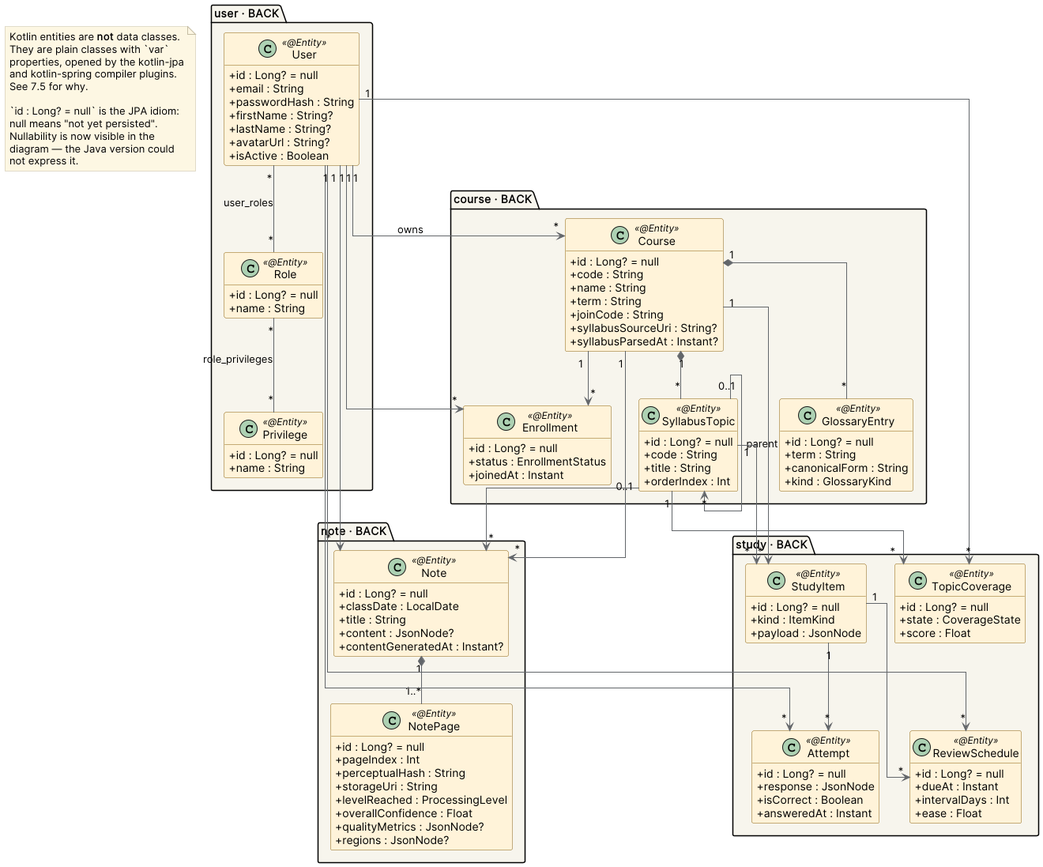
Above: docs/images/09_back_domain.png in Bloodiewormer/Proyecto-Plataformas-Moviles (PlantUML), before the change. Source of this version:
```plantuml
@startuml 09_back_domain
skinparam backgroundColor #FFFFFF
skinparam shadowing false
skinparam noteBackgroundColor #FDF6E3
skinparam noteBorderColor #C4BCA3
skinparam linetype ortho
skinparam classAttributeIconSize 0
skinparam defaultFontName Inter
skinparam ArrowColor #63666A
skinparam class {
  BackgroundColor #FFF3D8
  BorderColor #8A6210
}
hide empty methods

package "user · BACK" #F7F4EC {
  class User <<@Entity>> {
    + id : Long? = null
    + email : String
    + passwordHash : String
    + firstName : String?
    + lastName : String?
    + avatarUrl : String?
    + isActive : Boolean
  }
  class Role <<@Entity>> {
    + id : Long? = null
    + name : String
  }
  class Privilege <<@Entity>> {
    + id : Long? = null
    + name : String
  }
}

package "course · BACK" #F7F4EC {
  class Course <<@Entity>> {
    + id : Long? = null
    + code : String
    + name : String
    + term : String
    + joinCode : String
    + syllabusSourceUri : String?
    + syllabusParsedAt : Instant?
  }
  class Enrollment <<@Entity>> {
    + id : Long? = null
    + status : EnrollmentStatus
    + joinedAt : Instant
  }
  class SyllabusTopic <<@Entity>> {
    + id : Long? = null
    + code : String
    + title : String
    + orderIndex : Int
  }
  class GlossaryEntry <<@Entity>> {
    + id : Long? = null
    + term : String
    + canonicalForm : String
    + kind : GlossaryKind
  }
}

package "note · BACK" #F7F4EC {
  class Note <<@Entity>> {
    + id : Long? = null
    + classDate : LocalDate
    + title : String
    + content : JsonNode?
    + contentGeneratedAt : Instant?
  }
  class NotePage <<@Entity>> {
    + id : Long? = null
    + pageIndex : Int
    + perceptualHash : String
    + storageUri : String
    + levelReached : ProcessingLevel
    + overallConfidence : Float
    + qualityMetrics : JsonNode?
    + regions : JsonNode?
  }
}

package "study · BACK" #F7F4EC {
  class TopicCoverage <<@Entity>> {
    + id : Long? = null
    + state : CoverageState
    + score : Float
  }
  class StudyItem <<@Entity>> {
    + id : Long? = null
    + kind : ItemKind
    + payload : JsonNode
  }
  class Attempt <<@Entity>> {
    + id : Long? = null
    + response : JsonNode
    + isCorrect : Boolean
    + answeredAt : Instant
  }
  class ReviewSchedule <<@Entity>> {
    + id : Long? = null
    + dueAt : Instant
    + intervalDays : Int
    + ease : Float
  }
}

User "*" -- "*" Role : user_roles
Role "*" -- "*" Privilege : role_privileges

User "1" --> "*" Course : owns
User "1" --> "*" Enrollment
Course "1" --> "*" Enrollment
Course "1" *-- "*" SyllabusTopic
Course "1" *-- "*" GlossaryEntry
SyllabusTopic "0..1" --> "*" SyllabusTopic : parent

User "1" --> "*" Note
Course "1" --> "*" Note
SyllabusTopic "0..1" --> "*" Note
Note "1" *-- "1..*" NotePage

User "1" --> "*" TopicCoverage
SyllabusTopic "1" --> "*" TopicCoverage
Course "1" --> "*" StudyItem
SyllabusTopic "1" --> "*" StudyItem
User "1" --> "*" Attempt
StudyItem "1" --> "*" Attempt
User "1" --> "*" ReviewSchedule
StudyItem "1" --> "*" ReviewSchedule

note as N1
  Kotlin entities are **not** data classes.
  They are plain classes with `var`
  properties, opened by the kotlin-jpa
  and kotlin-spring compiler plugins.
  See 7.5 for why.

  `id : Long? = null` is the JPA idiom:
  null means "not yet persisted".
  Nullability is now visible in the
  diagram — the Java version could
  not express it.
end note
@enduml
```
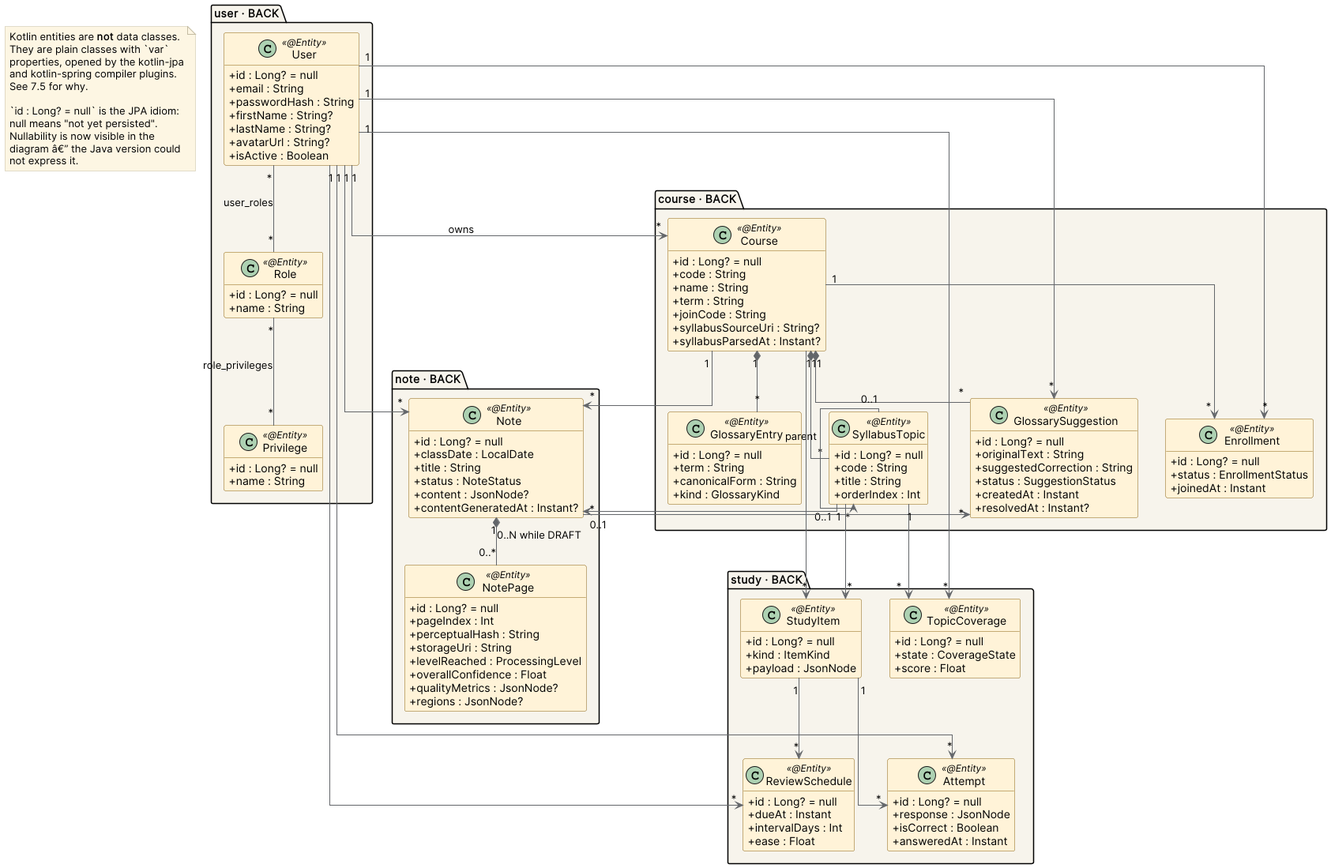
Above is the later version.

The edit, as a diff of the source:
```diff
@@ -60,6 +60,14 @@
     + canonicalForm : String
     + kind : GlossaryKind
   }
+  class GlossarySuggestion <<@Entity>> {
+    + id : Long? = null
+    + originalText : String
+    + suggestedCorrection : String
+    + status : SuggestionStatus
+    + createdAt : Instant
+    + resolvedAt : Instant?
+  }
 }
 
 package "note · BACK" #F7F4EC {
@@ -67,6 +75,7 @@
     + id : Long? = null
     + classDate : LocalDate
     + title : String
+    + status : NoteStatus
     + content : JsonNode?
     + contentGeneratedAt : Instant?
   }
@@ -115,12 +124,15 @@
 Course "1" --> "*" Enrollment
 Course "1" *-- "*" SyllabusTopic
 Course "1" *-- "*" GlossaryEntry
+Course "1" *-- "*" GlossarySuggestion
+User "1" --> "*" GlossarySuggestion
 SyllabusTopic "0..1" --> "*" SyllabusTopic : parent
 
 User "1" --> "*" Note
 Course "1" --> "*" Note
 SyllabusTopic "0..1" --> "*" Note
-Note "1" *-- "1..*" NotePage
+Note "1" *-- "0..*" NotePage : "0..N while DRAFT"
+Note "0..1" --> "*" GlossarySuggestion
 
 User "1" --> "*" TopicCoverage
 SyllabusTopic "1" --> "*" TopicCoverage
@@ -141,7 +153,7 @@
   `id : Long? = null` is the JPA idiom:
   null means "not yet persisted".
   Nullability is now visible in the
-  diagram — the Java version could
+  diagram â€” the Java version could
   not express it.
 end note
 @enduml
```
